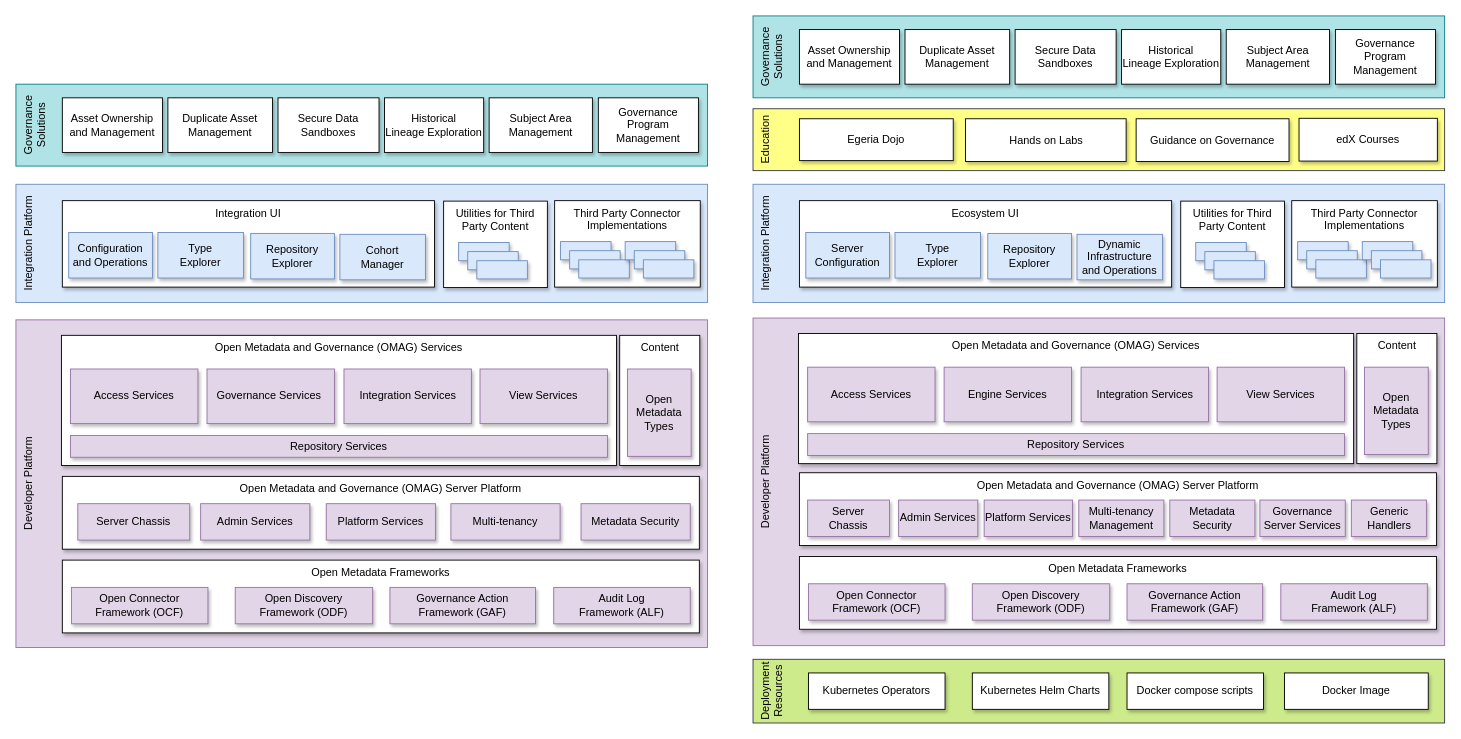
odpi/egeria keeps this draw.io diagram as page "functional-organization" (4 of 20) of open-metadata-publication/website/roadmap/egeria-status.drawio. Above is the earlier version. Source tidied: cells renumbered, new cells numbered last; positions are measured from the earlier drawing's top-left corner, leaving out a move shared by most shapes. Both pictures are drawn from the tidied source at 91%, with x=0, y=0 at pixel (15, 15).
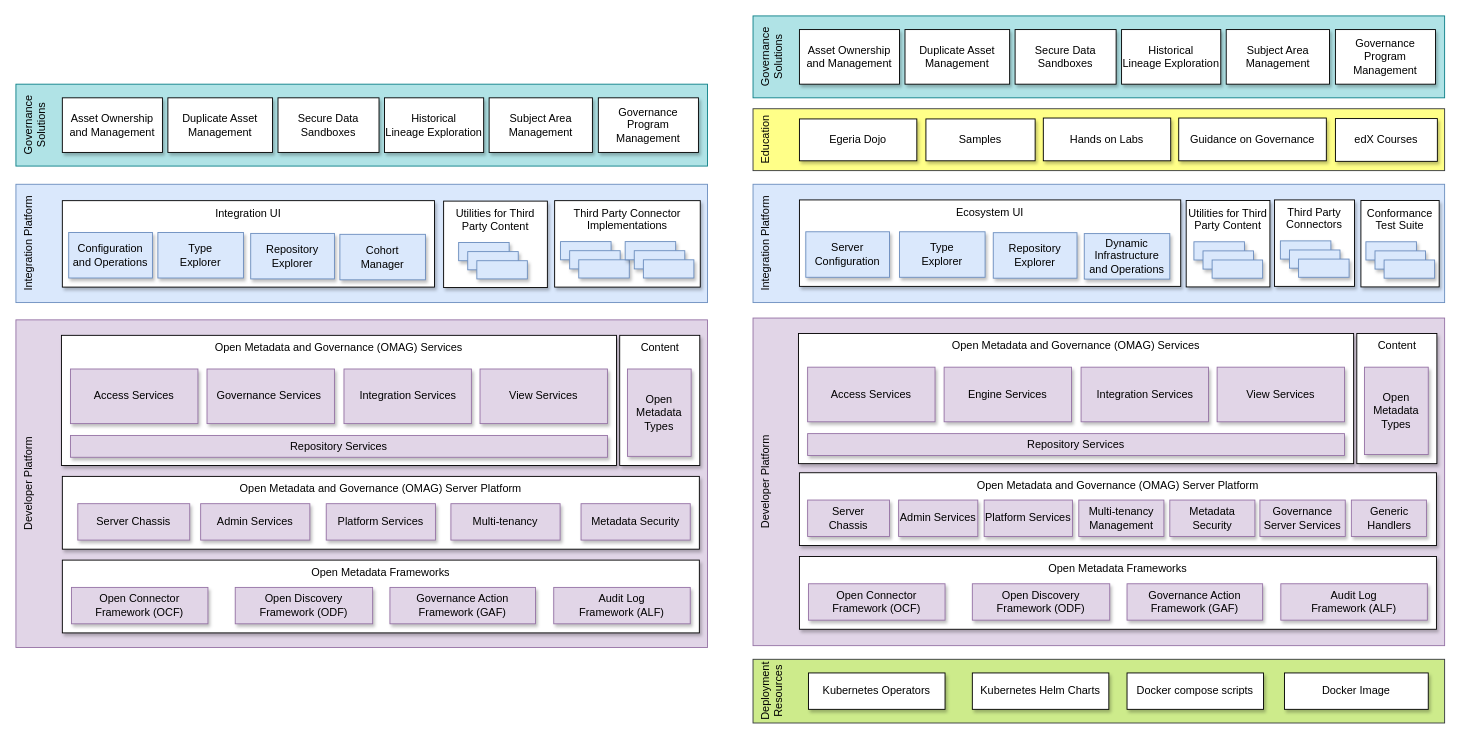
Above is the later version.

The edit, as a diff of the source:
```diff
@@
-    <mxCell id="61" value="Hands on Labs" style="rounded=0;whiteSpace=wrap;html=1;align=center;flipH=0;shadow=1;" parent="1" vertex="1">
-      <mxGeometry x="1043.5" y="113" width="176.5" height="47" as="geometry" />
-    </mxCell>
-    <mxCell id="62" value="Egeria Dojo" style="rounded=0;whiteSpace=wrap;html=1;align=center;flipH=0;shadow=1;" parent="1" vertex="1">
-      <mxGeometry x="861" y="113" width="169" height="46" as="geometry" />
-    </mxCell>
@@
-    <mxCell id="64" value="Guidance on Governance" style="rounded=0;whiteSpace=wrap;html=1;align=center;flipH=0;shadow=1;" parent="1" vertex="1">
-      <mxGeometry x="1231" y="113" width="168" height="47" as="geometry" />
-    </mxCell>
@@
-    <mxCell id="69" value="Ecosystem UI" style="rounded=0;whiteSpace=wrap;html=1;align=center;verticalAlign=top;shadow=1;" parent="1" vertex="1">
-      <mxGeometry x="861" y="203" width="409" height="95" as="geometry" />
-    </mxCell>
-    <mxCell id="70" value="Third Party Connector&lt;br&gt;Implementations" style="rounded=0;whiteSpace=wrap;html=1;align=center;verticalAlign=top;shadow=1;" parent="1" vertex="1">
-      <mxGeometry x="1402" y="203" width="160" height="95" as="geometry" />
-    </mxCell>
-    <mxCell id="71" value="Repository&lt;br&gt;Explorer" style="rounded=0;whiteSpace=wrap;html=1;align=center;fillColor=#dae8fc;strokeColor=#6c8ebf;shadow=1;" parent="1" vertex="1">
-      <mxGeometry x="1068" y="239" width="92" height="50" as="geometry" />
-    </mxCell>
-    <mxCell id="72" value="Type&lt;br&gt;Explorer" style="rounded=0;whiteSpace=wrap;html=1;align=center;fillColor=#dae8fc;strokeColor=#6c8ebf;shadow=1;" parent="1" vertex="1">
-      <mxGeometry x="966" y="238" width="94" height="50" as="geometry" />
-    </mxCell>
-    <mxCell id="73" value="Dynamic&lt;br&gt;Infrastructure and Operations" style="rounded=0;whiteSpace=wrap;html=1;align=center;fillColor=#dae8fc;strokeColor=#6c8ebf;shadow=1;" parent="1" vertex="1">
-      <mxGeometry x="1166" y="240" width="94" height="50" as="geometry" />
-    </mxCell>
-    <mxCell id="74" style="rounded=0;whiteSpace=wrap;html=1;align=center;fillColor=#dae8fc;strokeColor=#6c8ebf;shadow=1;" parent="1" vertex="1">
-      <mxGeometry x="1408.5" y="248" width="55.5" height="20" as="geometry" />
-    </mxCell>
-    <mxCell id="75" style="rounded=0;whiteSpace=wrap;html=1;align=center;fillColor=#dae8fc;strokeColor=#6c8ebf;shadow=1;" parent="1" vertex="1">
-      <mxGeometry x="1418.5" y="258" width="55.5" height="20" as="geometry" />
-    </mxCell>
-    <mxCell id="76" style="rounded=0;whiteSpace=wrap;html=1;align=center;fillColor=#dae8fc;strokeColor=#6c8ebf;shadow=1;" parent="1" vertex="1">
-      <mxGeometry x="1428.5" y="268" width="55.5" height="20" as="geometry" />
-    </mxCell>
-    <mxCell id="77" style="rounded=0;whiteSpace=wrap;html=1;align=center;fillColor=#dae8fc;strokeColor=#6c8ebf;shadow=1;" parent="1" vertex="1">
-      <mxGeometry x="1479.5" y="248" width="55.5" height="20" as="geometry" />
-    </mxCell>
-    <mxCell id="78" style="rounded=0;whiteSpace=wrap;html=1;align=center;fillColor=#dae8fc;strokeColor=#6c8ebf;shadow=1;" parent="1" vertex="1">
-      <mxGeometry x="1489.5" y="258" width="55.5" height="20" as="geometry" />
-    </mxCell>
-    <mxCell id="79" style="rounded=0;whiteSpace=wrap;html=1;align=center;fillColor=#dae8fc;strokeColor=#6c8ebf;shadow=1;" parent="1" vertex="1">
-      <mxGeometry x="1499.5" y="268" width="55.5" height="20" as="geometry" />
-    </mxCell>
-    <mxCell id="80" value="Server&lt;br&gt;Configuration" style="rounded=0;whiteSpace=wrap;html=1;align=center;fillColor=#dae8fc;strokeColor=#6c8ebf;shadow=1;" parent="1" vertex="1">
-      <mxGeometry x="868" y="238" width="92" height="50" as="geometry" />
-    </mxCell>
-    <mxCell id="81" value="Utilities for Third Party Content" style="rounded=0;whiteSpace=wrap;html=1;align=center;verticalAlign=top;shadow=1;" parent="1" vertex="1">
-      <mxGeometry x="1280" y="203.5" width="114" height="95" as="geometry" />
-    </mxCell>
-    <mxCell id="82" style="rounded=0;whiteSpace=wrap;html=1;align=center;fillColor=#dae8fc;strokeColor=#6c8ebf;shadow=1;" parent="1" vertex="1">
-      <mxGeometry x="1296.5" y="249" width="55.5" height="20" as="geometry" />
-    </mxCell>
-    <mxCell id="83" style="rounded=0;whiteSpace=wrap;html=1;align=center;fillColor=#dae8fc;strokeColor=#6c8ebf;shadow=1;" parent="1" vertex="1">
-      <mxGeometry x="1306.5" y="259" width="55.5" height="20" as="geometry" />
-    </mxCell>
-    <mxCell id="84" style="rounded=0;whiteSpace=wrap;html=1;align=center;fillColor=#dae8fc;strokeColor=#6c8ebf;shadow=1;" parent="1" vertex="1">
-      <mxGeometry x="1316.5" y="269" width="55.5" height="20" as="geometry" />
-    </mxCell>
@@
-    <mxCell id="101" value="edX Courses" style="rounded=0;whiteSpace=wrap;html=1;align=center;flipH=0;shadow=1;" parent="1" vertex="1">
-      <mxGeometry x="1410" y="112.5" width="152" height="47" as="geometry" />
-    </mxCell>
@@
+    <mxCell id="69" value="Ecosystem UI" style="rounded=0;whiteSpace=wrap;html=1;align=center;verticalAlign=top;shadow=1;" parent="1" vertex="1">
+      <mxGeometry x="861" y="202.2" width="419" height="95" as="geometry" />
+    </mxCell>
+    <mxCell id="104" value="Third Party&lt;br&gt;Connectors" style="rounded=0;whiteSpace=wrap;html=1;align=center;verticalAlign=top;shadow=1;" parent="1" vertex="1">
+      <mxGeometry x="1383" y="202.2" width="88" height="95" as="geometry" />
+    </mxCell>
+    <mxCell id="71" value="Repository&lt;br&gt;Explorer" style="rounded=0;whiteSpace=wrap;html=1;align=center;fillColor=#dae8fc;strokeColor=#6c8ebf;shadow=1;" parent="1" vertex="1">
+      <mxGeometry x="1074" y="238.2" width="92" height="50" as="geometry" />
+    </mxCell>
+    <mxCell id="72" value="Type&lt;br&gt;Explorer" style="rounded=0;whiteSpace=wrap;html=1;align=center;fillColor=#dae8fc;strokeColor=#6c8ebf;shadow=1;" parent="1" vertex="1">
+      <mxGeometry x="971" y="237.2" width="94" height="50" as="geometry" />
+    </mxCell>
+    <mxCell id="73" value="Dynamic&lt;br&gt;Infrastructure and Operations" style="rounded=0;whiteSpace=wrap;html=1;align=center;fillColor=#dae8fc;strokeColor=#6c8ebf;shadow=1;" parent="1" vertex="1">
+      <mxGeometry x="1174" y="239.2" width="94" height="50" as="geometry" />
+    </mxCell>
+    <mxCell id="105" style="rounded=0;whiteSpace=wrap;html=1;align=center;fillColor=#dae8fc;strokeColor=#6c8ebf;shadow=1;" parent="1" vertex="1">
+      <mxGeometry x="1389.5" y="247.2" width="55.5" height="20" as="geometry" />
+    </mxCell>
+    <mxCell id="106" style="rounded=0;whiteSpace=wrap;html=1;align=center;fillColor=#dae8fc;strokeColor=#6c8ebf;shadow=1;" parent="1" vertex="1">
+      <mxGeometry x="1399.5" y="257.2" width="55.5" height="20" as="geometry" />
+    </mxCell>
+    <mxCell id="107" style="rounded=0;whiteSpace=wrap;html=1;align=center;fillColor=#dae8fc;strokeColor=#6c8ebf;shadow=1;" parent="1" vertex="1">
+      <mxGeometry x="1409.5" y="267.2" width="55.5" height="20" as="geometry" />
+    </mxCell>
+    <mxCell id="80" value="Server&lt;br&gt;Configuration" style="rounded=0;whiteSpace=wrap;html=1;align=center;fillColor=#dae8fc;strokeColor=#6c8ebf;shadow=1;" parent="1" vertex="1">
+      <mxGeometry x="868" y="237.2" width="92" height="50" as="geometry" />
+    </mxCell>
+    <mxCell id="81" value="Utilities for Third Party Content" style="rounded=0;whiteSpace=wrap;html=1;align=center;verticalAlign=top;shadow=1;" parent="1" vertex="1">
+      <mxGeometry x="1286" y="202.8" width="92" height="95" as="geometry" />
+    </mxCell>
+    <mxCell id="108" style="rounded=0;whiteSpace=wrap;html=1;align=center;fillColor=#dae8fc;strokeColor=#6c8ebf;shadow=1;" parent="1" vertex="1">
+      <mxGeometry x="1294.5" y="248.2" width="55.5" height="20" as="geometry" />
+    </mxCell>
+    <mxCell id="109" style="rounded=0;whiteSpace=wrap;html=1;align=center;fillColor=#dae8fc;strokeColor=#6c8ebf;shadow=1;" parent="1" vertex="1">
+      <mxGeometry x="1304.5" y="258.2" width="55.5" height="20" as="geometry" />
+    </mxCell>
+    <mxCell id="110" style="rounded=0;whiteSpace=wrap;html=1;align=center;fillColor=#dae8fc;strokeColor=#6c8ebf;shadow=1;" parent="1" vertex="1">
+      <mxGeometry x="1314.5" y="268.2" width="55.5" height="20" as="geometry" />
+    </mxCell>
+    <mxCell id="111" value="Conformance&lt;br&gt;Test Suite" style="rounded=0;whiteSpace=wrap;html=1;align=center;verticalAlign=top;shadow=1;" parent="1" vertex="1">
+      <mxGeometry x="1478" y="202.8" width="86" height="95" as="geometry" />
+    </mxCell>
+    <mxCell id="112" style="rounded=0;whiteSpace=wrap;html=1;align=center;fillColor=#dae8fc;strokeColor=#6c8ebf;shadow=1;" parent="1" vertex="1">
+      <mxGeometry x="1483.5" y="248.2" width="55.5" height="20" as="geometry" />
+    </mxCell>
+    <mxCell id="113" style="rounded=0;whiteSpace=wrap;html=1;align=center;fillColor=#dae8fc;strokeColor=#6c8ebf;shadow=1;" parent="1" vertex="1">
+      <mxGeometry x="1493.5" y="258.2" width="55.5" height="20" as="geometry" />
+    </mxCell>
+    <mxCell id="114" style="rounded=0;whiteSpace=wrap;html=1;align=center;fillColor=#dae8fc;strokeColor=#6c8ebf;shadow=1;" parent="1" vertex="1">
+      <mxGeometry x="1503.5" y="268.2" width="55.5" height="20" as="geometry" />
+    </mxCell>
+    <mxCell id="61" value="Hands on Labs" style="rounded=0;whiteSpace=wrap;html=1;align=center;flipH=0;shadow=1;" parent="1" vertex="1">
+      <mxGeometry x="1129" y="112.2" width="140" height="47" as="geometry" />
+    </mxCell>
+    <mxCell id="62" value="Egeria Dojo" style="rounded=0;whiteSpace=wrap;html=1;align=center;flipH=0;shadow=1;" parent="1" vertex="1">
+      <mxGeometry x="861" y="113.2" width="129" height="46" as="geometry" />
+    </mxCell>
+    <mxCell id="64" value="Guidance on Governance" style="rounded=0;whiteSpace=wrap;html=1;align=center;flipH=0;shadow=1;" parent="1" vertex="1">
+      <mxGeometry x="1277.8" y="112.2" width="162.2" height="47" as="geometry" />
+    </mxCell>
+    <mxCell id="101" value="edX Courses" style="rounded=0;whiteSpace=wrap;html=1;align=center;flipH=0;shadow=1;" parent="1" vertex="1">
+      <mxGeometry x="1450" y="112.8" width="112" height="47" as="geometry" />
+    </mxCell>
+    <mxCell id="115" value="Samples" style="rounded=0;whiteSpace=wrap;html=1;align=center;flipH=0;shadow=1;" parent="1" vertex="1">
+      <mxGeometry x="1000" y="113.2" width="120" height="46" as="geometry" />
+    </mxCell>
```
